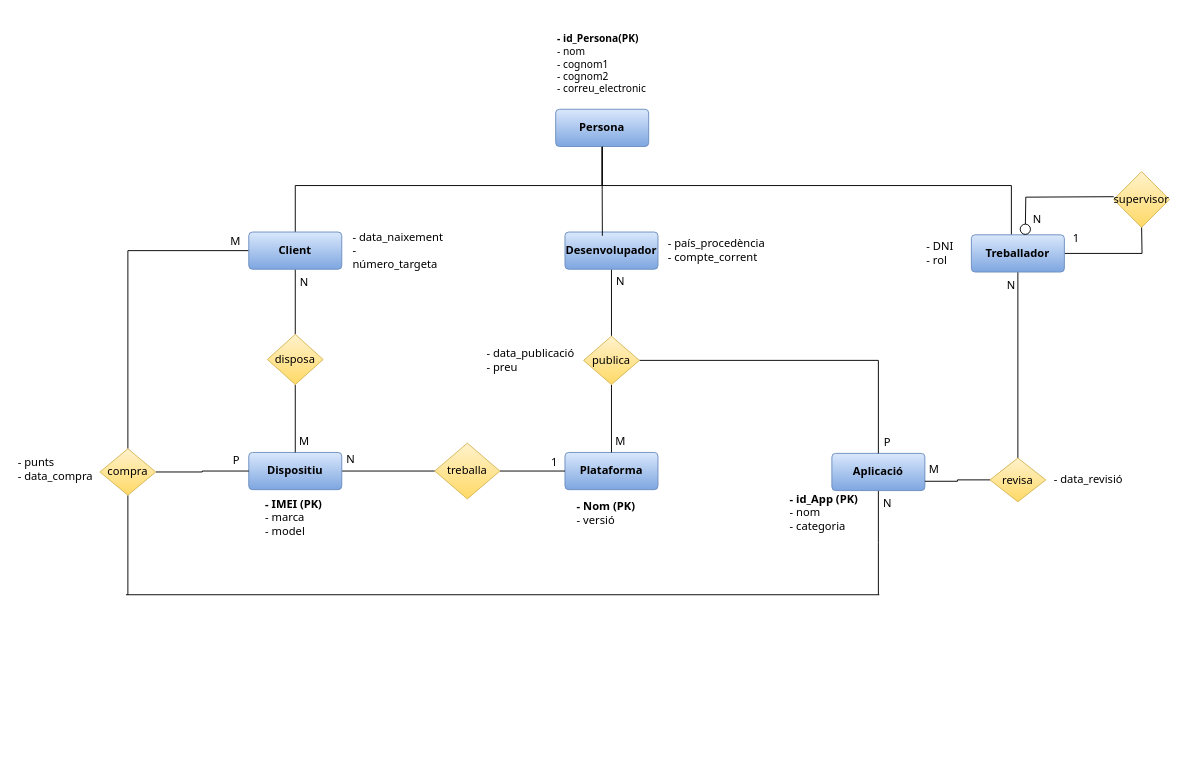
This is Problema10.drawio from LynAguayo/HTMLCurso, a draw.io file, before an edit. Source tidied: cells renumbered, new cells numbered last; positions are measured from the earlier drawing's top-left corner, leaving out a move shared by most shapes. Both pictures are drawn from the tidied source at 93%, with x=0, y=0 at pixel (16, 16).
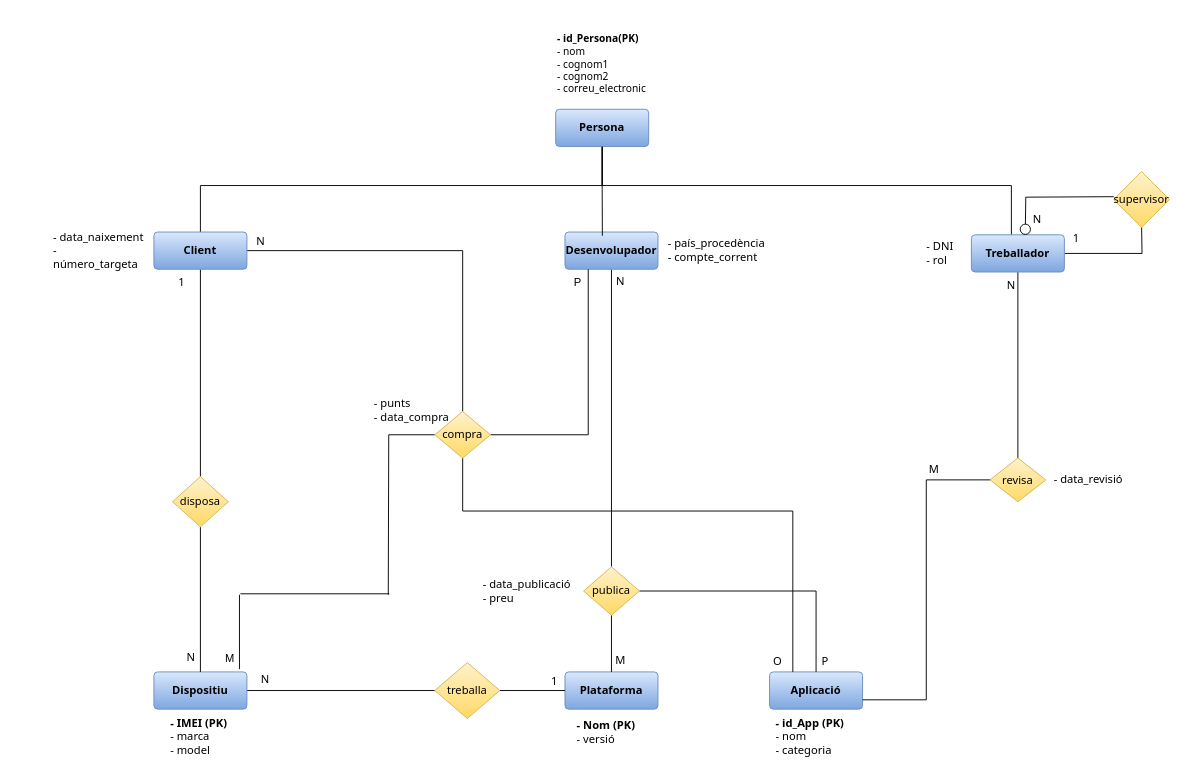
Above is the later version.

Unchanged cells that the change refers to:
```xml
<mxCell id="4" value="Persona" style="rounded=1;arcSize=10;whiteSpace=wrap;html=1;align=center;fillColor=#dae8fc;strokeColor=#6c8ebf;gradientColor=#7ea6e0;fontStyle=1;fontFamily=Tahoma;" parent="1" vertex="1">
  <mxGeometry x="580" y="100" width="100" height="40" as="geometry" />
</mxCell>
<mxCell id="9" value="Desenvolupador" style="rounded=1;arcSize=10;whiteSpace=wrap;html=1;align=center;fillColor=#dae8fc;strokeColor=#6c8ebf;gradientColor=#7ea6e0;fontStyle=1;fontFamily=Tahoma;" parent="1" vertex="1">
  <mxGeometry x="590" y="232" width="100" height="40" as="geometry" />
</mxCell>
```

What changed in the source:
```diff
@@
     <mxCell id="3" style="edgeStyle=orthogonalEdgeStyle;rounded=0;jettySize=auto;html=1;endArrow=none;endFill=0;" parent="1" edge="1" source="4" target="7">
       <mxGeometry relative="1" as="geometry">
         <Array as="points">
           <mxPoint x="630" y="182" />
-          <mxPoint x="300" y="182" />
+          <mxPoint x="198" y="182" />
         </Array>
       </mxGeometry>
     </mxCell>
@@
     <mxCell id="7" value="Client" style="rounded=1;arcSize=10;whiteSpace=wrap;html=1;align=center;fillColor=#dae8fc;strokeColor=#6c8ebf;gradientColor=#7ea6e0;fontStyle=1;fontFamily=Tahoma;" parent="1" vertex="1">
-      <mxGeometry x="250" y="232" width="100" height="40" as="geometry" />
+      <mxGeometry x="148" y="232" width="100" height="40" as="geometry" />
     </mxCell>
@@
     <mxCell id="14" value="Plataforma" style="rounded=1;arcSize=10;whiteSpace=wrap;html=1;align=center;fillColor=#dae8fc;gradientColor=#7ea6e0;strokeColor=#6c8ebf;fontStyle=1;fontFamily=Tahoma;" parent="1" vertex="1">
-      <mxGeometry x="590" y="469" width="100" height="40" as="geometry" />
+      <mxGeometry x="590" y="705" width="100" height="40" as="geometry" />
     </mxCell>
@@
     <mxCell id="16" value="Dispositiu" style="rounded=1;arcSize=10;whiteSpace=wrap;html=1;align=center;fillColor=#dae8fc;gradientColor=#7ea6e0;strokeColor=#6c8ebf;fontStyle=1;fontFamily=Tahoma;" parent="1" vertex="1">
-      <mxGeometry x="250" y="469" width="100" height="40" as="geometry" />
+      <mxGeometry x="148" y="705" width="100" height="40" as="geometry" />
     </mxCell>
-    <mxCell id="17" style="edgeStyle=orthogonalEdgeStyle;rounded=0;jettySize=auto;html=1;endArrow=none;endFill=0;" parent="1" edge="1" source="18">
-      <mxGeometry relative="1" as="geometry">
-        <mxPoint x="927" y="622" as="targetPoint" />
-      </mxGeometry>
-    </mxCell>
     <mxCell id="18" value="Aplicació" style="rounded=1;arcSize=10;whiteSpace=wrap;html=1;align=center;fillColor=#dae8fc;strokeColor=#6c8ebf;gradientColor=#7ea6e0;fontStyle=1;fontFamily=Tahoma;" parent="1" vertex="1">
-      <mxGeometry x="877" y="470" width="100" height="40" as="geometry" />
+      <mxGeometry x="810" y="705" width="100" height="40" as="geometry" />
     </mxCell>
@@
     <mxCell id="21" value="disposa" style="shape=rhombus;perimeter=rhombusPerimeter;whiteSpace=wrap;html=1;align=center;fillColor=#fff2cc;gradientColor=#ffd966;strokeColor=#d6b656;fontFamily=Tahoma;" parent="1" vertex="1">
-      <mxGeometry x="270" y="342" width="60" height="54" as="geometry" />
+      <mxGeometry x="168" y="495" width="60" height="54" as="geometry" />
     </mxCell>
@@
     <mxCell id="23" value="treballa" style="shape=rhombus;perimeter=rhombusPerimeter;whiteSpace=wrap;html=1;align=center;fillColor=#fff2cc;gradientColor=#ffd966;strokeColor=#d6b656;fontFamily=Tahoma;" parent="1" vertex="1">
-      <mxGeometry x="450" y="459" width="70" height="60" as="geometry" />
+      <mxGeometry x="450" y="695" width="70" height="60" as="geometry" />
     </mxCell>
-    <mxCell id="24" style="edgeStyle=orthogonalEdgeStyle;rounded=0;jettySize=auto;html=1;entryX=0;entryY=0.5;entryDx=0;entryDy=0;endArrow=none;endFill=0;" parent="1" edge="1" source="26" target="16">
-      <mxGeometry relative="1" as="geometry" />
-    </mxCell>
-    <mxCell id="25" style="edgeStyle=orthogonalEdgeStyle;rounded=0;jettySize=auto;html=1;endArrow=none;endFill=0;" parent="1" edge="1" source="26">
-      <mxGeometry relative="1" as="geometry">
-        <mxPoint x="120" y="622" as="targetPoint" />
-      </mxGeometry>
-    </mxCell>
+    <mxCell id="59" style="edgeStyle=orthogonalEdgeStyle;rounded=0;jettySize=auto;html=1;entryX=0.25;entryY=1;entryDx=0;entryDy=0;endArrow=none;endFill=0;" parent="1" edge="1" source="26" target="9">
+      <mxGeometry relative="1" as="geometry" />
+    </mxCell>
+    <mxCell id="60" style="edgeStyle=orthogonalEdgeStyle;rounded=0;jettySize=auto;html=1;entryX=0.25;entryY=0;entryDx=0;entryDy=0;endArrow=none;endFill=0;" parent="1" edge="1" source="26" target="18">
+      <mxGeometry relative="1" as="geometry">
+        <Array as="points">
+          <mxPoint x="480" y="532" />
+          <mxPoint x="835" y="532" />
+        </Array>
+      </mxGeometry>
+    </mxCell>
+    <mxCell id="61" style="edgeStyle=orthogonalEdgeStyle;rounded=0;jettySize=auto;html=1;endArrow=none;endFill=0;" parent="1" edge="1" source="26">
+      <mxGeometry relative="1" as="geometry">
+        <mxPoint x="400" y="622" as="targetPoint" />
+      </mxGeometry>
+    </mxCell>
     <mxCell id="26" value="compra" style="shape=rhombus;perimeter=rhombusPerimeter;whiteSpace=wrap;html=1;align=center;fillColor=#fff2cc;gradientColor=#ffd966;strokeColor=#d6b656;fontFamily=Tahoma;" parent="1" vertex="1">
-      <mxGeometry x="90" y="465" width="60" height="50" as="geometry" />
+      <mxGeometry x="450" y="425" width="60" height="50" as="geometry" />
     </mxCell>
@@
     <mxCell id="29" value="publica" style="shape=rhombus;perimeter=rhombusPerimeter;whiteSpace=wrap;html=1;align=center;fillColor=#fff2cc;gradientColor=#ffd966;strokeColor=#d6b656;fontFamily=Tahoma;" parent="1" vertex="1">
-      <mxGeometry x="610" y="344" width="60" height="52" as="geometry" />
+      <mxGeometry x="610" y="592" width="60" height="52" as="geometry" />
     </mxCell>
@@
-    <mxCell id="35" value="N" style="text;html=1;align=center;verticalAlign=middle;whiteSpace=wrap;rounded=0;fontStyle=0;fontFamily=Tahoma;" parent="1" vertex="1">
-      <mxGeometry x="280" y="272" width="60" height="30" as="geometry" />
+    <mxCell id="35" value="1" style="text;html=1;align=center;verticalAlign=middle;whiteSpace=wrap;rounded=0;fontStyle=0;fontFamily=Tahoma;" parent="1" vertex="1">
+      <mxGeometry x="148" y="272" width="60" height="30" as="geometry" />
     </mxCell>
-    <mxCell id="36" value="M" style="text;html=1;align=center;verticalAlign=middle;whiteSpace=wrap;rounded=0;fontFamily=Tahoma;" parent="1" vertex="1">
-      <mxGeometry x="280" y="442" width="60" height="30" as="geometry" />
+    <mxCell id="36" value="N" style="text;html=1;align=center;verticalAlign=middle;whiteSpace=wrap;rounded=0;fontFamily=Tahoma;" parent="1" vertex="1">
+      <mxGeometry x="158" y="675" width="60" height="30" as="geometry" />
     </mxCell>
     <mxCell id="37" value="- data_naixement&lt;div&gt;- número_targeta&lt;/div&gt;" style="text;html=1;align=left;verticalAlign=middle;whiteSpace=wrap;rounded=0;fontFamily=Tahoma;" parent="1" vertex="1">
-      <mxGeometry x="360" y="237" width="100" height="30" as="geometry" />
+      <mxGeometry x="38" y="237" width="100" height="30" as="geometry" />
     </mxCell>
     <mxCell id="38" value="&lt;font&gt;- punts&lt;/font&gt;&lt;div&gt;&lt;font&gt;- data_compra&lt;/font&gt;&lt;/div&gt;" style="text;html=1;align=left;verticalAlign=middle;whiteSpace=wrap;rounded=0;fontFamily=Tahoma;" parent="1" vertex="1">
-      <mxGeometry y="472" width="100" height="30" as="geometry" />
+      <mxGeometry x="383" y="409" width="100" height="30" as="geometry" />
     </mxCell>
-    <mxCell id="39" value="M" style="text;html=1;align=center;verticalAlign=middle;whiteSpace=wrap;rounded=0;fontFamily=Tahoma;" parent="1" vertex="1">
-      <mxGeometry x="206" y="227" width="60" height="30" as="geometry" />
-    </mxCell>
     <mxCell id="40" value="&lt;b&gt;- IMEI (PK)&lt;/b&gt;&lt;div&gt;- marca&lt;/div&gt;&lt;div&gt;- model&lt;/div&gt;" style="text;html=1;align=left;verticalAlign=middle;whiteSpace=wrap;rounded=0;fontFamily=Tahoma;" parent="1" vertex="1">
-      <mxGeometry x="266" y="509" width="80" height="60" as="geometry" />
+      <mxGeometry x="164" y="745" width="80" height="60" as="geometry" />
     </mxCell>
     <mxCell id="41" value="N" style="text;html=1;align=center;verticalAlign=middle;whiteSpace=wrap;rounded=0;fontFamily=Tahoma;" parent="1" vertex="1">
-      <mxGeometry x="330" y="462" width="60" height="30" as="geometry" />
+      <mxGeometry x="238" y="698" width="60" height="30" as="geometry" />
     </mxCell>
     <mxCell id="42" value="1" style="text;html=1;align=center;verticalAlign=middle;whiteSpace=wrap;rounded=0;fontFamily=Tahoma;" parent="1" vertex="1">
-      <mxGeometry x="549" y="465" width="60" height="30" as="geometry" />
+      <mxGeometry x="549" y="701" width="60" height="30" as="geometry" />
     </mxCell>
@@
     <mxCell id="45" value="M" style="text;html=1;align=center;verticalAlign=middle;whiteSpace=wrap;rounded=0;fontFamily=Tahoma;" parent="1" vertex="1">
-      <mxGeometry x="620" y="442" width="60" height="30" as="geometry" />
+      <mxGeometry x="620" y="678" width="60" height="30" as="geometry" />
     </mxCell>
     <mxCell id="46" value="P" style="text;html=1;align=center;verticalAlign=middle;whiteSpace=wrap;rounded=0;fontFamily=Tahoma;" parent="1" vertex="1">
-      <mxGeometry x="907" y="444" width="60" height="30" as="geometry" />
+      <mxGeometry x="840" y="679" width="60" height="30" as="geometry" />
     </mxCell>
     <mxCell id="47" value="- data_publicació&lt;div&gt;- preu&lt;/div&gt;" style="text;html=1;align=left;verticalAlign=middle;whiteSpace=wrap;rounded=0;fontFamily=Tahoma;" parent="1" vertex="1">
-      <mxGeometry x="504" y="355" width="110" height="30" as="geometry" />
+      <mxGeometry x="500" y="603" width="110" height="30" as="geometry" />
     </mxCell>
     <mxCell id="48" value="&lt;b&gt;- Nom (PK)&lt;/b&gt;&lt;div&gt;- versió&lt;/div&gt;" style="text;html=1;align=left;verticalAlign=middle;whiteSpace=wrap;rounded=0;fontFamily=Tahoma;" parent="1" vertex="1">
-      <mxGeometry x="601" y="519" width="90" height="30" as="geometry" />
+      <mxGeometry x="601" y="755" width="90" height="30" as="geometry" />
     </mxCell>
@@
     <mxCell id="55" value="&lt;font&gt;&lt;b&gt;- id_App (PK)&lt;/b&gt;&lt;/font&gt;&lt;div&gt;&lt;font&gt;- nom&lt;/font&gt;&lt;/div&gt;&lt;div&gt;&lt;font&gt;- categoria&lt;/font&gt;&lt;/div&gt;" style="text;html=1;align=left;verticalAlign=middle;whiteSpace=wrap;rounded=0;fontFamily=Tahoma;" parent="1" vertex="1">
-      <mxGeometry x="830" y="519" width="110" height="30" as="geometry" />
+      <mxGeometry x="815" y="760" width="110" height="30" as="geometry" />
     </mxCell>
+    <mxCell id="62" style="endArrow=none;html=1;rounded=0;" parent="1" edge="1">
+      <mxGeometry relative="1" as="geometry">
+        <mxPoint x="241" y="621" as="sourcePoint" />
+        <mxPoint x="401" y="621" as="targetPoint" />
+      </mxGeometry>
+    </mxCell>
+    <mxCell id="63" style="endArrow=none;html=1;rounded=0;" parent="1" edge="1">
+      <mxGeometry relative="1" as="geometry">
+        <mxPoint x="240" y="702" as="sourcePoint" />
+        <mxPoint x="240" y="622" as="targetPoint" />
+      </mxGeometry>
+    </mxCell>
-    <mxCell id="56" value="N" style="text;html=1;align=center;verticalAlign=middle;whiteSpace=wrap;rounded=0;fontFamily=Tahoma;" parent="1" vertex="1">
-      <mxGeometry x="907" y="509" width="60" height="30" as="geometry" />
+    <mxCell id="56" value="&lt;font face=&quot;Tahoma&quot;&gt;N&lt;/font&gt;" style="text;html=1;align=center;verticalAlign=middle;whiteSpace=wrap;rounded=0;" parent="1" vertex="1">
+      <mxGeometry x="233" y="227" width="60" height="30" as="geometry" />
     </mxCell>
+    <mxCell id="39" value="M" style="text;html=1;align=center;verticalAlign=middle;whiteSpace=wrap;rounded=0;" parent="1" vertex="1">
+      <mxGeometry x="200" y="676" width="60" height="30" as="geometry" />
+    </mxCell>
-    <mxCell id="57" value="P" style="text;html=1;align=center;verticalAlign=middle;whiteSpace=wrap;rounded=0;fontFamily=Tahoma;fontStyle=0;" parent="1" vertex="1">
-      <mxGeometry x="207" y="463" width="60" height="30" as="geometry" />
+    <mxCell id="57" value="P" style="text;html=1;align=center;verticalAlign=middle;whiteSpace=wrap;rounded=0;" parent="1" vertex="1">
+      <mxGeometry x="574" y="272" width="60" height="30" as="geometry" />
     </mxCell>
-    <mxCell id="58" style="endArrow=none;html=1;rounded=0;" parent="1" edge="1">
-      <mxGeometry relative="1" as="geometry">
-        <mxPoint x="118" y="622" as="sourcePoint" />
-        <mxPoint x="928" y="622" as="targetPoint" />
-      </mxGeometry>
-    </mxCell>
+    <mxCell id="64" value="&lt;font face=&quot;Tahoma&quot;&gt;O&lt;/font&gt;" style="text;html=1;align=center;verticalAlign=middle;whiteSpace=wrap;rounded=0;" parent="1" vertex="1">
+      <mxGeometry x="789" y="679" width="60" height="30" as="geometry" />
+    </mxCell>
```
